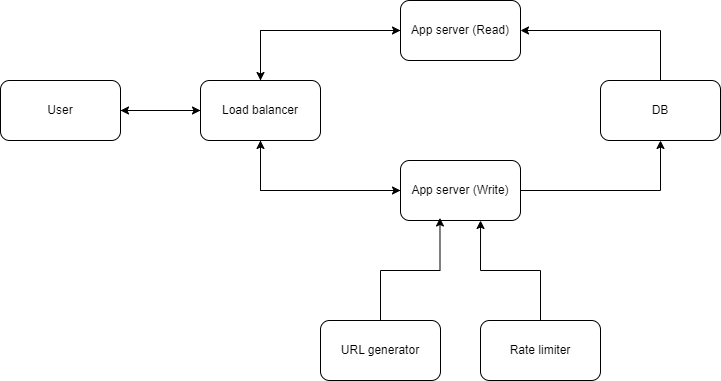
The draw.io diagram img/system-design/tinyurl1.png in riehseun/riehseun.github.io, before a commit. Source tidied: cells renumbered, new cells last; positions are measured from the earlier drawing's top-left corner, leaving out a move shared by most shapes.
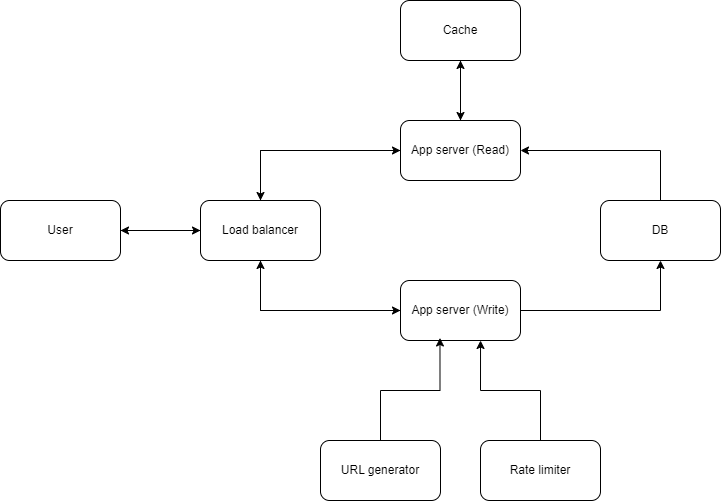
After the commit.

What changed in the source:
```diff
@@ -23,6 +23,9 @@
     <mxCell id="8" style="edgeStyle=orthogonalEdgeStyle;rounded=0;jettySize=auto;html=1;exitX=0;exitY=0.5;exitDx=0;exitDy=0;entryX=0.5;entryY=0;entryDx=0;entryDy=0;" parent="1" edge="1" source="9" target="7">
       <mxGeometry relative="1" as="geometry" />
     </mxCell>
+    <mxCell id="19" style="edgeStyle=orthogonalEdgeStyle;rounded=0;jettySize=auto;html=1;exitX=0.5;exitY=0;exitDx=0;exitDy=0;entryX=0.5;entryY=1;entryDx=0;entryDy=0;" parent="1" edge="1" source="9" target="21">
+      <mxGeometry relative="1" as="geometry" />
+    </mxCell>
     <mxCell id="9" value="App server (Read)" style="rounded=1;whiteSpace=wrap;html=1;" parent="1" vertex="1">
       <mxGeometry x="400" width="120" height="60" as="geometry" />
     </mxCell>
@@ -53,5 +56,11 @@
     <mxCell id="18" value="DB" style="rounded=1;whiteSpace=wrap;html=1;" parent="1" vertex="1">
       <mxGeometry x="600" y="80" width="120" height="60" as="geometry" />
     </mxCell>
+    <mxCell id="20" style="edgeStyle=orthogonalEdgeStyle;rounded=0;jettySize=auto;html=1;exitX=0.5;exitY=1;exitDx=0;exitDy=0;entryX=0.5;entryY=0;entryDx=0;entryDy=0;" parent="1" edge="1" source="21" target="9">
+      <mxGeometry relative="1" as="geometry" />
+    </mxCell>
+    <mxCell id="21" value="Cache" style="rounded=1;whiteSpace=wrap;html=1;" parent="1" vertex="1">
+      <mxGeometry x="400" y="-120" width="120" height="60" as="geometry" />
+    </mxCell>
   </root>
 </mxGraphModel>
```
